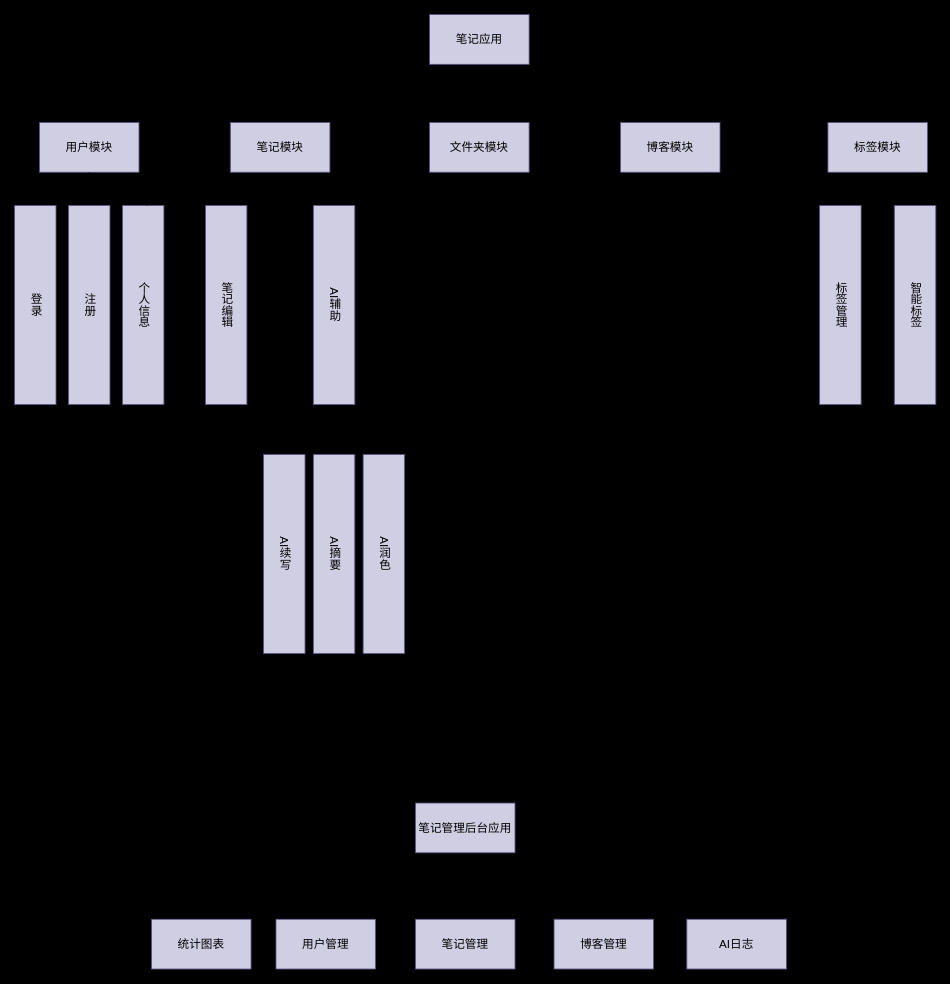
This is 未命名绘图.drawio from SeekLife0/diagrams, a draw.io file, before an edit. Source tidied: cells renumbered, new cells numbered last; positions are measured from the earlier drawing's top-left corner, leaving out a move shared by most shapes. Both pictures are drawn from the tidied source at 83%, with x=0, y=0 at pixel (14, 14).
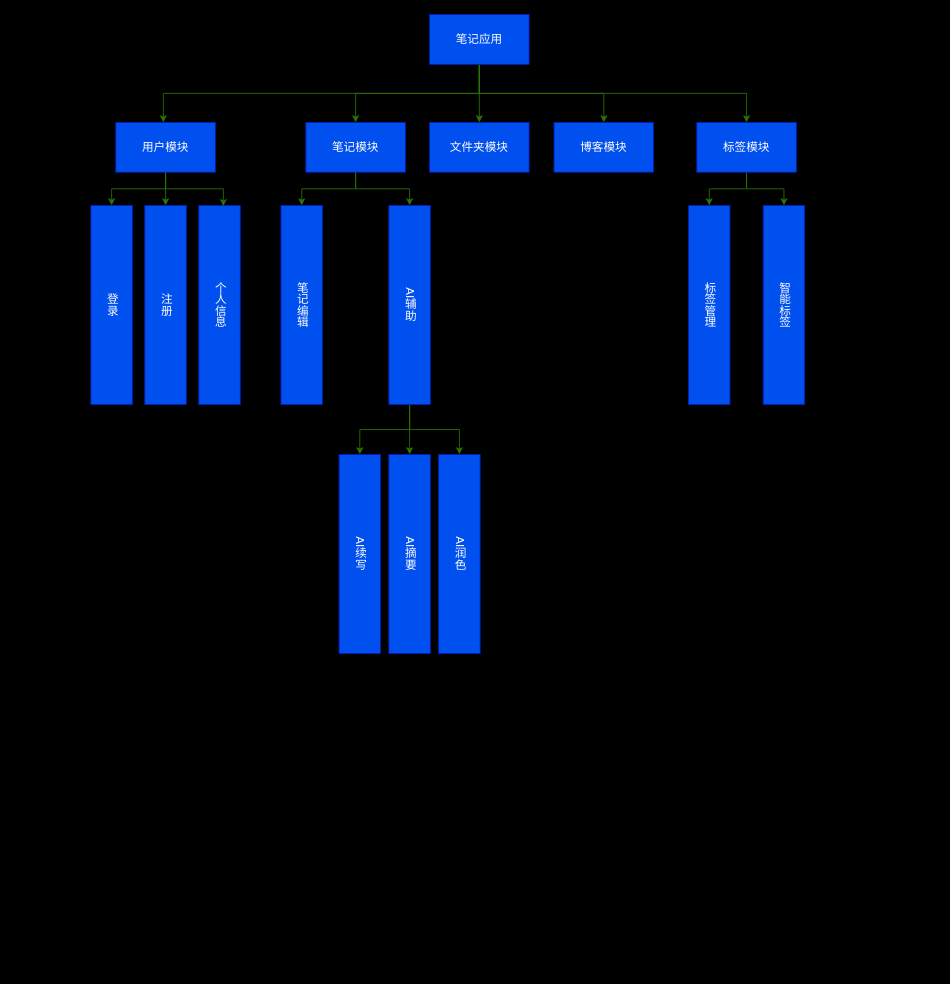
After the change.

Commit message:
更新未命名绘图.drawio

Diff of the diagram source:
```diff
@@
-<mxGraphModel background="light-dark(#000000,#000000)">
+<mxGraphModel background="light-dark(#000000,#FFFFFF)">
@@
-    <mxCell id="2" style="edgeStyle=orthogonalEdgeStyle;rounded=0;orthogonalLoop=1;jettySize=auto;html=1;exitX=0.5;exitY=1;exitDx=0;exitDy=0;" parent="1" edge="1">
+    <mxCell id="2" style="edgeStyle=orthogonalEdgeStyle;rounded=0;jettySize=auto;html=1;exitX=0.5;exitY=1;exitDx=0;exitDy=0;fillColor=#60a917;strokeColor=#2D7600;" parent="1" edge="1" target="10">
       <mxGeometry relative="1" as="geometry">
         <mxPoint x="560" y="65" as="sourcePoint" />
-        <mxPoint x="135" y="135" as="targetPoint" />
         <Array as="points">
           <mxPoint x="560" y="95" />
-          <mxPoint x="90" y="95" />
-          <mxPoint x="90" y="135" />
+          <mxPoint x="179.3" y="95" />
         </Array>
       </mxGeometry>
     </mxCell>
-    <mxCell id="3" style="edgeStyle=orthogonalEdgeStyle;rounded=0;jettySize=auto;html=1;exitX=0.5;exitY=1;exitDx=0;exitDy=0;entryX=0.5;entryY=0;entryDx=0;entryDy=0;" parent="1" edge="1" source="7" target="13">
+    <mxCell id="3" style="edgeStyle=orthogonalEdgeStyle;rounded=0;jettySize=auto;html=1;exitX=0.5;exitY=1;exitDx=0;exitDy=0;entryX=0.5;entryY=0;entryDx=0;entryDy=0;fillColor=#60a917;strokeColor=#2D7600;" parent="1" edge="1" source="7" target="13">
       <mxGeometry relative="1" as="geometry" />
     </mxCell>
-    <mxCell id="4" style="edgeStyle=orthogonalEdgeStyle;rounded=0;jettySize=auto;html=1;exitX=0.5;exitY=1;exitDx=0;exitDy=0;entryX=0.5;entryY=0;entryDx=0;entryDy=0;" parent="1" edge="1" source="7" target="14">
+    <mxCell id="4" style="edgeStyle=orthogonalEdgeStyle;rounded=0;jettySize=auto;html=1;exitX=0.5;exitY=1;exitDx=0;exitDy=0;entryX=0.5;entryY=0;entryDx=0;entryDy=0;fillColor=#60a917;strokeColor=#2D7600;" parent="1" edge="1" source="7" target="14">
       <mxGeometry relative="1" as="geometry" />
     </mxCell>
-    <mxCell id="5" style="edgeStyle=orthogonalEdgeStyle;rounded=0;jettySize=auto;html=1;exitX=0.5;exitY=1;exitDx=0;exitDy=0;" parent="1" edge="1" source="7" target="15">
+    <mxCell id="5" style="edgeStyle=orthogonalEdgeStyle;rounded=0;jettySize=auto;html=1;exitX=0.5;exitY=1;exitDx=0;exitDy=0;fillColor=#60a917;strokeColor=#2D7600;" parent="1" edge="1" source="7" target="15">
       <mxGeometry relative="1" as="geometry" />
     </mxCell>
-    <mxCell id="6" style="edgeStyle=orthogonalEdgeStyle;rounded=0;jettySize=auto;html=1;exitX=0.5;exitY=1;exitDx=0;exitDy=0;" parent="1" edge="1" source="7" target="33">
+    <mxCell id="6" style="edgeStyle=orthogonalEdgeStyle;rounded=0;jettySize=auto;html=1;exitX=0.5;exitY=1;exitDx=0;exitDy=0;fillColor=#60a917;strokeColor=#2D7600;" parent="1" edge="1" source="7" target="33">
       <mxGeometry relative="1" as="geometry" />
     </mxCell>
-    <mxCell id="7" value="&lt;font style=&quot;font-size: 14px;&quot;&gt;笔记应用&lt;/font&gt;" style="rounded=0;whiteSpace=wrap;html=1;fillColor=#d0cee2;strokeColor=#56517e;" parent="1" vertex="1">
+    <mxCell id="7" value="&lt;font style=&quot;font-size: 14px;&quot;&gt;笔记应用&lt;/font&gt;" style="rounded=0;whiteSpace=wrap;html=1;fillColor=#0050ef;strokeColor=#001DBC;fontColor=#ffffff;" parent="1" vertex="1">
       <mxGeometry x="500" width="120" height="60" as="geometry" />
     </mxCell>
-    <mxCell id="8" style="edgeStyle=orthogonalEdgeStyle;rounded=0;jettySize=auto;html=1;exitX=0.5;exitY=1;exitDx=0;exitDy=0;entryX=0.5;entryY=0;entryDx=0;entryDy=0;" parent="1" edge="1" source="10" target="26">
+    <mxCell id="8" style="edgeStyle=orthogonalEdgeStyle;rounded=0;jettySize=auto;html=1;exitX=0.5;exitY=1;exitDx=0;exitDy=0;entryX=0.5;entryY=0;entryDx=0;entryDy=0;fillColor=#60a917;strokeColor=#2D7600;" parent="1" edge="1" source="10" target="26">
       <mxGeometry relative="1" as="geometry" />
     </mxCell>
-    <mxCell id="9" style="edgeStyle=orthogonalEdgeStyle;rounded=0;jettySize=auto;html=1;exitX=0.5;exitY=1;exitDx=0;exitDy=0;entryX=0.5;entryY=0;entryDx=0;entryDy=0;" parent="1" edge="1" source="10" target="27">
+    <mxCell id="9" style="edgeStyle=orthogonalEdgeStyle;rounded=0;jettySize=auto;html=1;exitX=0.5;exitY=1;exitDx=0;exitDy=0;entryX=0.5;entryY=0;entryDx=0;entryDy=0;fillColor=#60a917;strokeColor=#2D7600;" parent="1" edge="1" source="10" target="27">
       <mxGeometry relative="1" as="geometry" />
     </mxCell>
-    <mxCell id="10" value="&lt;font style=&quot;font-size: 14px;&quot;&gt;用户模块&lt;/font&gt;" style="rounded=0;whiteSpace=wrap;html=1;fillColor=#d0cee2;strokeColor=#56517e;" parent="1" vertex="1">
-      <mxGeometry x="30" y="130" width="120" height="60" as="geometry" />
+    <mxCell id="10" value="&lt;font style=&quot;font-size: 14px;&quot;&gt;用户模块&lt;/font&gt;" style="rounded=0;whiteSpace=wrap;html=1;fillColor=#0050ef;strokeColor=#001DBC;fontColor=#ffffff;" parent="1" vertex="1">
+      <mxGeometry x="122" y="130" width="120" height="60" as="geometry" />
     </mxCell>
-    <mxCell id="11" style="edgeStyle=orthogonalEdgeStyle;rounded=0;jettySize=auto;html=1;exitX=0.5;exitY=1;exitDx=0;exitDy=0;" parent="1" edge="1" source="13" target="29">
+    <mxCell id="11" style="edgeStyle=orthogonalEdgeStyle;rounded=0;jettySize=auto;html=1;exitX=0.5;exitY=1;exitDx=0;exitDy=0;fillColor=#60a917;strokeColor=#2D7600;" parent="1" edge="1" source="13" target="29">
       <mxGeometry relative="1" as="geometry" />
     </mxCell>
-    <mxCell id="12" style="edgeStyle=orthogonalEdgeStyle;rounded=0;jettySize=auto;html=1;exitX=0.5;exitY=1;exitDx=0;exitDy=0;" parent="1" edge="1" source="13" target="39">
+    <mxCell id="12" style="edgeStyle=orthogonalEdgeStyle;rounded=0;jettySize=auto;html=1;exitX=0.5;exitY=1;exitDx=0;exitDy=0;fillColor=#60a917;strokeColor=#2D7600;" parent="1" edge="1" source="13" target="39">
       <mxGeometry relative="1" as="geometry" />
     </mxCell>
-    <mxCell id="13" value="&lt;font style=&quot;font-size: 14px;&quot;&gt;笔记模块&lt;/font&gt;" style="rounded=0;whiteSpace=wrap;html=1;fillColor=#d0cee2;strokeColor=#56517e;" parent="1" vertex="1">
-      <mxGeometry x="260" y="130" width="120" height="60" as="geometry" />
+    <mxCell id="13" value="&lt;font style=&quot;font-size: 14px;&quot;&gt;笔记模块&lt;/font&gt;" style="rounded=0;whiteSpace=wrap;html=1;fillColor=#0050ef;strokeColor=#001DBC;fontColor=#ffffff;" parent="1" vertex="1">
+      <mxGeometry x="351" y="130" width="120" height="60" as="geometry" />
     </mxCell>
-    <mxCell id="14" value="&lt;font style=&quot;font-size: 14px;&quot;&gt;文件夹模块&lt;/font&gt;" style="rounded=0;whiteSpace=wrap;html=1;fillColor=#d0cee2;strokeColor=#56517e;" parent="1" vertex="1">
+    <mxCell id="14" value="&lt;font style=&quot;font-size: 14px;&quot;&gt;文件夹模块&lt;/font&gt;" style="rounded=0;whiteSpace=wrap;html=1;fillColor=#0050ef;strokeColor=#001DBC;fontColor=#ffffff;" parent="1" vertex="1">
       <mxGeometry x="500" y="130" width="120" height="60" as="geometry" />
     </mxCell>
-    <mxCell id="15" value="&lt;font style=&quot;font-size: 14px;&quot;&gt;博客模块&lt;/font&gt;" style="rounded=0;whiteSpace=wrap;html=1;fillColor=#d0cee2;strokeColor=#56517e;" parent="1" vertex="1">
-      <mxGeometry x="730" y="130" width="120" height="60" as="geometry" />
+    <mxCell id="15" value="&lt;font style=&quot;font-size: 14px;&quot;&gt;博客模块&lt;/font&gt;" style="rounded=0;whiteSpace=wrap;html=1;fillColor=#0050ef;strokeColor=#001DBC;fontColor=#ffffff;" parent="1" vertex="1">
+      <mxGeometry x="650" y="130" width="120" height="60" as="geometry" />
     </mxCell>
-    <mxCell id="16" style="edgeStyle=orthogonalEdgeStyle;rounded=0;jettySize=auto;html=1;exitX=0.5;exitY=1;exitDx=0;exitDy=0;entryX=0.5;entryY=0;entryDx=0;entryDy=0;" parent="1" edge="1" source="21" target="22">
-      <mxGeometry relative="1" as="geometry">
-        <Array as="points">
-          <mxPoint x="543" y="1049.9" />
-          <mxPoint x="375" y="1049.9" />
-        </Array>
-      </mxGeometry>
-    </mxCell>
-    <mxCell id="17" style="edgeStyle=orthogonalEdgeStyle;rounded=0;jettySize=auto;html=1;exitX=0.5;exitY=1;exitDx=0;exitDy=0;" parent="1" edge="1" source="21" target="23">
-      <mxGeometry relative="1" as="geometry" />
-    </mxCell>
-    <mxCell id="18" style="edgeStyle=orthogonalEdgeStyle;rounded=0;jettySize=auto;html=1;exitX=0.5;exitY=1;exitDx=0;exitDy=0;" parent="1" edge="1" source="21" target="24">
-      <mxGeometry relative="1" as="geometry" />
-    </mxCell>
-    <mxCell id="19" style="edgeStyle=orthogonalEdgeStyle;rounded=0;jettySize=auto;html=1;exitX=0.5;exitY=1;exitDx=0;exitDy=0;" parent="1" edge="1" source="21" target="25">
-      <mxGeometry relative="1" as="geometry" />
-    </mxCell>
-    <mxCell id="20" style="edgeStyle=orthogonalEdgeStyle;rounded=0;jettySize=auto;html=1;exitX=0.5;exitY=1;exitDx=0;exitDy=0;" parent="1" edge="1" source="21" target="43">
-      <mxGeometry relative="1" as="geometry" />
-    </mxCell>
-    <mxCell id="21" value="&lt;font style=&quot;font-size: 14px;&quot;&gt;笔记管理后台应用&lt;/font&gt;" style="rounded=0;whiteSpace=wrap;html=1;fillColor=#d0cee2;strokeColor=#56517e;" parent="1" vertex="1">
-      <mxGeometry x="483" y="950" width="120" height="60" as="geometry" />
-    </mxCell>
-    <mxCell id="22" value="&lt;font style=&quot;font-size: 14px;&quot;&gt;用户管理&lt;/font&gt;" style="rounded=0;whiteSpace=wrap;html=1;fillColor=#d0cee2;strokeColor=#56517e;" parent="1" vertex="1">
-      <mxGeometry x="315" y="1090" width="120" height="60" as="geometry" />
-    </mxCell>
-    <mxCell id="23" value="&lt;font style=&quot;font-size: 14px;&quot;&gt;笔记管理&lt;/font&gt;" style="rounded=0;whiteSpace=wrap;html=1;fillColor=#d0cee2;strokeColor=#56517e;" parent="1" vertex="1">
-      <mxGeometry x="483" y="1090" width="120" height="60" as="geometry" />
-    </mxCell>
-    <mxCell id="24" value="&lt;font style=&quot;font-size: 14px;&quot;&gt;博客管理&lt;/font&gt;" style="rounded=0;whiteSpace=wrap;html=1;fillColor=#d0cee2;strokeColor=#56517e;" parent="1" vertex="1">
-      <mxGeometry x="650" y="1090" width="120" height="60" as="geometry" />
-    </mxCell>
-    <mxCell id="25" value="&lt;font style=&quot;font-size: 14px;&quot;&gt;AI日志&lt;/font&gt;" style="rounded=0;whiteSpace=wrap;html=1;fillColor=#d0cee2;strokeColor=#56517e;" parent="1" vertex="1">
-      <mxGeometry x="810" y="1090" width="120" height="60" as="geometry" />
-    </mxCell>
-    <mxCell id="26" value="&lt;font style=&quot;font-size: 14px;&quot;&gt;登录&lt;/font&gt;" style="rounded=0;whiteSpace=wrap;html=1;textDirection=vertical-lr;fillColor=#d0cee2;strokeColor=#56517e;" parent="1" vertex="1">
-      <mxGeometry y="230" width="50" height="240" as="geometry" />
+    <mxCell id="26" value="&lt;font style=&quot;font-size: 14px;&quot;&gt;登录&lt;/font&gt;" style="rounded=0;whiteSpace=wrap;html=1;textDirection=vertical-lr;fillColor=#0050ef;strokeColor=#001DBC;fontColor=#ffffff;" parent="1" vertex="1">
+      <mxGeometry x="92" y="230" width="50" height="240" as="geometry" />
     </mxCell>
-    <mxCell id="27" value="&lt;font style=&quot;font-size: 14px;&quot;&gt;注册&lt;/font&gt;" style="rounded=0;whiteSpace=wrap;html=1;textDirection=vertical-lr;fillColor=#d0cee2;strokeColor=#56517e;" parent="1" vertex="1">
-      <mxGeometry x="65" y="230" width="50" height="240" as="geometry" />
+    <mxCell id="27" value="&lt;font style=&quot;font-size: 14px;&quot;&gt;注册&lt;/font&gt;" style="rounded=0;whiteSpace=wrap;html=1;textDirection=vertical-lr;fillColor=#0050ef;strokeColor=#001DBC;fontColor=#ffffff;" parent="1" vertex="1">
+      <mxGeometry x="157" y="230" width="50" height="240" as="geometry" />
     </mxCell>
-    <mxCell id="28" value="&lt;font style=&quot;font-size: 14px;&quot;&gt;个人信息&lt;/font&gt;" style="rounded=0;whiteSpace=wrap;html=1;textDirection=vertical-lr;fillColor=#d0cee2;strokeColor=#56517e;" parent="1" vertex="1">
-      <mxGeometry x="130" y="230" width="50" height="240" as="geometry" />
+    <mxCell id="28" value="&lt;font style=&quot;font-size: 14px;&quot;&gt;个人信息&lt;/font&gt;" style="rounded=0;whiteSpace=wrap;html=1;textDirection=vertical-lr;fillColor=#0050ef;strokeColor=#001DBC;fontColor=#ffffff;" parent="1" vertex="1">
+      <mxGeometry x="222" y="230" width="50" height="240" as="geometry" />
     </mxCell>
-    <mxCell id="29" value="&lt;font style=&quot;font-size: 14px;&quot;&gt;笔记编辑&lt;/font&gt;" style="rounded=0;whiteSpace=wrap;html=1;textDirection=vertical-lr;fillColor=#d0cee2;strokeColor=#56517e;" parent="1" vertex="1">
-      <mxGeometry x="230" y="230" width="50" height="240" as="geometry" />
+    <mxCell id="29" value="&lt;font style=&quot;font-size: 14px;&quot;&gt;笔记编辑&lt;/font&gt;" style="rounded=0;whiteSpace=wrap;html=1;textDirection=vertical-lr;fillColor=#0050ef;strokeColor=#001DBC;fontColor=#ffffff;" parent="1" vertex="1">
+      <mxGeometry x="321" y="230" width="50" height="240" as="geometry" />
     </mxCell>
-    <mxCell id="30" value="&lt;font style=&quot;font-size: 14px;&quot;&gt;AI续写&lt;/font&gt;" style="rounded=0;whiteSpace=wrap;html=1;textDirection=vertical-lr;fillColor=#d0cee2;strokeColor=#56517e;" parent="1" vertex="1">
-      <mxGeometry x="300" y="530" width="50" height="240" as="geometry" />
+    <mxCell id="30" value="&lt;font style=&quot;font-size: 14px;&quot;&gt;AI续写&lt;/font&gt;" style="rounded=0;whiteSpace=wrap;html=1;textDirection=vertical-lr;fillColor=#0050ef;strokeColor=#001DBC;fontColor=#ffffff;" parent="1" vertex="1">
+      <mxGeometry x="391" y="530" width="50" height="240" as="geometry" />
     </mxCell>
-    <mxCell id="31" style="edgeStyle=orthogonalEdgeStyle;rounded=0;jettySize=auto;html=1;exitX=0.5;exitY=1;exitDx=0;exitDy=0;entryX=0.5;entryY=0;entryDx=0;entryDy=0;" parent="1" edge="1" source="33" target="41">
+    <mxCell id="31" style="edgeStyle=orthogonalEdgeStyle;rounded=0;jettySize=auto;html=1;exitX=0.5;exitY=1;exitDx=0;exitDy=0;entryX=0.5;entryY=0;entryDx=0;entryDy=0;fillColor=#60a917;strokeColor=#2D7600;" parent="1" edge="1" source="33" target="41">
       <mxGeometry relative="1" as="geometry" />
     </mxCell>
-    <mxCell id="32" style="edgeStyle=orthogonalEdgeStyle;rounded=0;jettySize=auto;html=1;exitX=0.5;exitY=1;exitDx=0;exitDy=0;entryX=0.5;entryY=0;entryDx=0;entryDy=0;" parent="1" edge="1" source="33" target="40">
+    <mxCell id="32" style="edgeStyle=orthogonalEdgeStyle;rounded=0;jettySize=auto;html=1;exitX=0.5;exitY=1;exitDx=0;exitDy=0;entryX=0.5;entryY=0;entryDx=0;entryDy=0;fillColor=#60a917;strokeColor=#2D7600;" parent="1" edge="1" source="33" target="40">
       <mxGeometry relative="1" as="geometry" />
     </mxCell>
-    <mxCell id="33" value="&lt;font style=&quot;font-size: 14px;&quot;&gt;标签模块&lt;/font&gt;" style="rounded=0;whiteSpace=wrap;html=1;fillColor=#d0cee2;strokeColor=#56517e;" parent="1" vertex="1">
-      <mxGeometry x="980" y="130" width="120" height="60" as="geometry" />
+    <mxCell id="33" value="&lt;font style=&quot;font-size: 14px;&quot;&gt;标签模块&lt;/font&gt;" style="rounded=0;whiteSpace=wrap;html=1;fillColor=#0050ef;strokeColor=#001DBC;fontColor=#ffffff;" parent="1" vertex="1">
+      <mxGeometry x="822" y="130" width="120" height="60" as="geometry" />
     </mxCell>
-    <mxCell id="34" value="&lt;font style=&quot;font-size: 14px;&quot;&gt;AI摘要&lt;/font&gt;" style="rounded=0;whiteSpace=wrap;html=1;textDirection=vertical-lr;fillColor=#d0cee2;strokeColor=#56517e;" parent="1" vertex="1">
-      <mxGeometry x="360" y="530" width="50" height="240" as="geometry" />
+    <mxCell id="34" value="&lt;font style=&quot;font-size: 14px;&quot;&gt;AI摘要&lt;/font&gt;" style="rounded=0;whiteSpace=wrap;html=1;textDirection=vertical-lr;fillColor=#0050ef;strokeColor=#001DBC;fontColor=#ffffff;" parent="1" vertex="1">
+      <mxGeometry x="451" y="530" width="50" height="240" as="geometry" />
     </mxCell>
-    <mxCell id="35" value="&lt;font style=&quot;font-size: 14px;&quot;&gt;AI润色&lt;/font&gt;" style="rounded=0;whiteSpace=wrap;html=1;textDirection=vertical-lr;fillColor=#d0cee2;strokeColor=#56517e;" parent="1" vertex="1">
-      <mxGeometry x="420" y="530" width="50" height="240" as="geometry" />
+    <mxCell id="35" value="&lt;font style=&quot;font-size: 14px;&quot;&gt;AI润色&lt;/font&gt;" style="rounded=0;whiteSpace=wrap;html=1;textDirection=vertical-lr;fillColor=#0050ef;strokeColor=#001DBC;fontColor=#ffffff;" parent="1" vertex="1">
+      <mxGeometry x="511" y="530" width="50" height="240" as="geometry" />
     </mxCell>
-    <mxCell id="36" style="edgeStyle=orthogonalEdgeStyle;rounded=0;jettySize=auto;html=1;exitX=0.5;exitY=1;exitDx=0;exitDy=0;" parent="1" edge="1" source="39" target="30">
+    <mxCell id="36" style="edgeStyle=orthogonalEdgeStyle;rounded=0;jettySize=auto;html=1;exitX=0.5;exitY=1;exitDx=0;exitDy=0;fillColor=#60a917;strokeColor=#2D7600;" parent="1" edge="1" source="39" target="30">
       <mxGeometry relative="1" as="geometry" />
     </mxCell>
-    <mxCell id="37" style="edgeStyle=orthogonalEdgeStyle;rounded=0;jettySize=auto;html=1;exitX=0.5;exitY=1;exitDx=0;exitDy=0;" parent="1" edge="1" source="39" target="34">
+    <mxCell id="37" style="edgeStyle=orthogonalEdgeStyle;rounded=0;jettySize=auto;html=1;exitX=0.5;exitY=1;exitDx=0;exitDy=0;fillColor=#60a917;strokeColor=#2D7600;" parent="1" edge="1" source="39" target="34">
       <mxGeometry relative="1" as="geometry" />
     </mxCell>
-    <mxCell id="38" style="edgeStyle=orthogonalEdgeStyle;rounded=0;jettySize=auto;html=1;exitX=0.5;exitY=1;exitDx=0;exitDy=0;entryX=0.5;entryY=0;entryDx=0;entryDy=0;" parent="1" edge="1" source="39" target="35">
+    <mxCell id="38" style="edgeStyle=orthogonalEdgeStyle;rounded=0;jettySize=auto;html=1;exitX=0.5;exitY=1;exitDx=0;exitDy=0;entryX=0.5;entryY=0;entryDx=0;entryDy=0;fillColor=#60a917;strokeColor=#2D7600;" parent="1" edge="1" source="39" target="35">
       <mxGeometry relative="1" as="geometry" />
     </mxCell>
-    <mxCell id="39" value="&lt;font style=&quot;font-size: 14px;&quot;&gt;AI辅助&lt;/font&gt;" style="rounded=0;whiteSpace=wrap;html=1;textDirection=vertical-lr;fillColor=#d0cee2;strokeColor=#56517e;" parent="1" vertex="1">
-      <mxGeometry x="360" y="230" width="50" height="240" as="geometry" />
+    <mxCell id="39" value="&lt;font style=&quot;font-size: 14px;&quot;&gt;AI辅助&lt;/font&gt;" style="rounded=0;whiteSpace=wrap;html=1;textDirection=vertical-lr;fillColor=#0050ef;strokeColor=#001DBC;fontColor=#ffffff;" parent="1" vertex="1">
+      <mxGeometry x="451" y="230" width="50" height="240" as="geometry" />
     </mxCell>
-    <mxCell id="40" value="&lt;font style=&quot;font-size: 14px;&quot;&gt;智能标签&lt;/font&gt;" style="rounded=0;whiteSpace=wrap;html=1;textDirection=vertical-lr;fillColor=#d0cee2;strokeColor=#56517e;" parent="1" vertex="1">
-      <mxGeometry x="1060" y="230" width="50" height="240" as="geometry" />
+    <mxCell id="40" value="&lt;font style=&quot;font-size: 14px;&quot;&gt;智能标签&lt;/font&gt;" style="rounded=0;whiteSpace=wrap;html=1;textDirection=vertical-lr;fillColor=#0050ef;strokeColor=#001DBC;fontColor=#ffffff;" parent="1" vertex="1">
+      <mxGeometry x="902" y="230" width="50" height="240" as="geometry" />
     </mxCell>
-    <mxCell id="41" value="&lt;font style=&quot;font-size: 14px;&quot;&gt;标签管理&lt;/font&gt;" style="rounded=0;whiteSpace=wrap;html=1;textDirection=vertical-lr;fillColor=#d0cee2;strokeColor=#56517e;" parent="1" vertex="1">
-      <mxGeometry x="970" y="230" width="50" height="240" as="geometry" />
+    <mxCell id="41" value="&lt;font style=&quot;font-size: 14px;&quot;&gt;标签管理&lt;/font&gt;" style="rounded=0;whiteSpace=wrap;html=1;textDirection=vertical-lr;fillColor=#0050ef;strokeColor=#001DBC;fontColor=#ffffff;" parent="1" vertex="1">
+      <mxGeometry x="812" y="230" width="50" height="240" as="geometry" />
     </mxCell>
-    <mxCell id="42" style="edgeStyle=orthogonalEdgeStyle;rounded=0;jettySize=auto;html=1;exitX=0.5;exitY=1;exitDx=0;exitDy=0;entryX=0.592;entryY=0.004;entryDx=0;entryDy=0;entryPerimeter=0;" parent="1" edge="1" source="10" target="28">
+    <mxCell id="42" style="edgeStyle=orthogonalEdgeStyle;rounded=0;jettySize=auto;html=1;exitX=0.5;exitY=1;exitDx=0;exitDy=0;entryX=0.592;entryY=0.004;entryDx=0;entryDy=0;entryPerimeter=0;fillColor=#60a917;strokeColor=#2D7600;" parent="1" edge="1" source="10" target="28">
       <mxGeometry relative="1" as="geometry" />
     </mxCell>
-    <mxCell id="43" value="&lt;font style=&quot;font-size: 14px;&quot;&gt;统计图表&lt;/font&gt;" style="rounded=0;whiteSpace=wrap;html=1;fillColor=#d0cee2;strokeColor=#56517e;" parent="1" vertex="1">
-      <mxGeometry x="165" y="1090" width="120" height="60" as="geometry" />
-    </mxCell>
```
